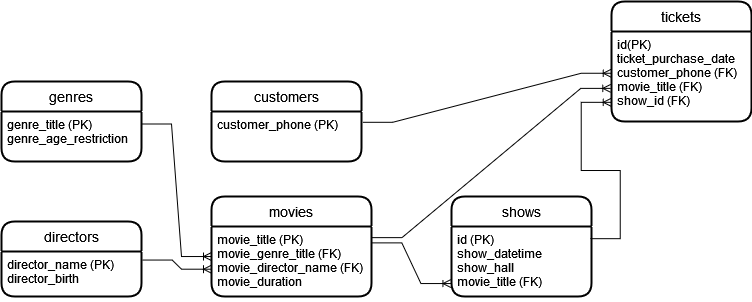
The draw.io diagram part1/cinematheatre.drawio.png in Kolesa-Education/kolesa-upgrade-homework-4, before a commit. Source tidied: cells renumbered, new cells last; positions are measured from the earlier drawing's top-left corner, leaving out a move shared by most shapes.
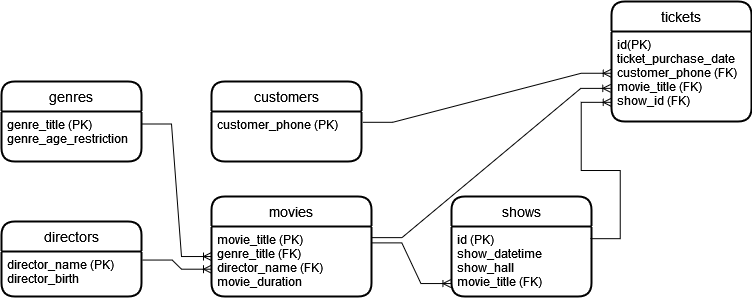
After the change.

Commit message:
выполняю задание 4

The edit, as a diff of the source:
```diff
@@ -5,7 +5,7 @@
     <mxCell id="2" value="movies" style="swimlane;horizontal=1;startSize=30;rounded=1;fontSize=14;fontStyle=0;strokeWidth=2;shadow=0;dashed=0;align=center;" parent="1" vertex="1">
       <mxGeometry x="210" y="195" width="160" height="100" as="geometry" />
     </mxCell>
-    <mxCell id="3" value="movie_title (PK)&#10;movie_genre_title (FK)&#10;movie_director_name (FK)&#10;movie_duration&#10;&#10;&#10;&#10;" style="align=left;strokeColor=none;fillColor=none;spacingLeft=4;fontSize=12;verticalAlign=top;" parent="2" vertex="1">
+    <mxCell id="3" value="movie_title (PK)&#10;genre_title (FK)&#10;director_name (FK)&#10;movie_duration&#10;&#10;&#10;&#10;" style="align=left;strokeColor=none;fillColor=none;spacingLeft=4;fontSize=12;verticalAlign=top;" parent="2" vertex="1">
       <mxGeometry y="30" width="160" height="70" as="geometry" />
     </mxCell>
     <mxCell id="4" value="tickets" style="swimlane;horizontal=1;startSize=30;rounded=1;fontSize=14;fontStyle=0;strokeWidth=2;shadow=0;dashed=0;align=center;" parent="1" vertex="1">
```
